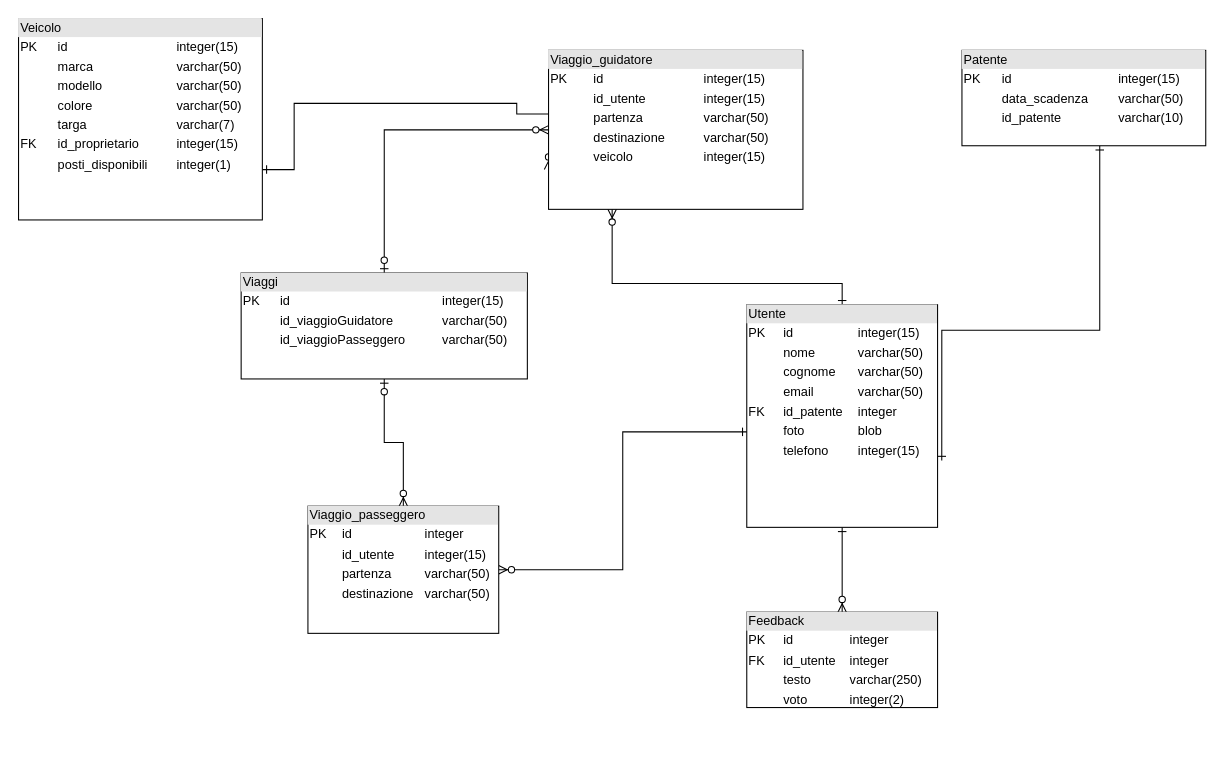
Above: Untitled Diagram.drawio in Lor3nzo01/cpp (draw.io), before the change. Source tidied: cells renumbered, new cells numbered last; positions are measured from the earlier drawing's top-left corner, leaving out a move shared by most shapes. Both pictures are drawn from the tidied source at 106%, with x=0, y=0 at pixel (18, 18).
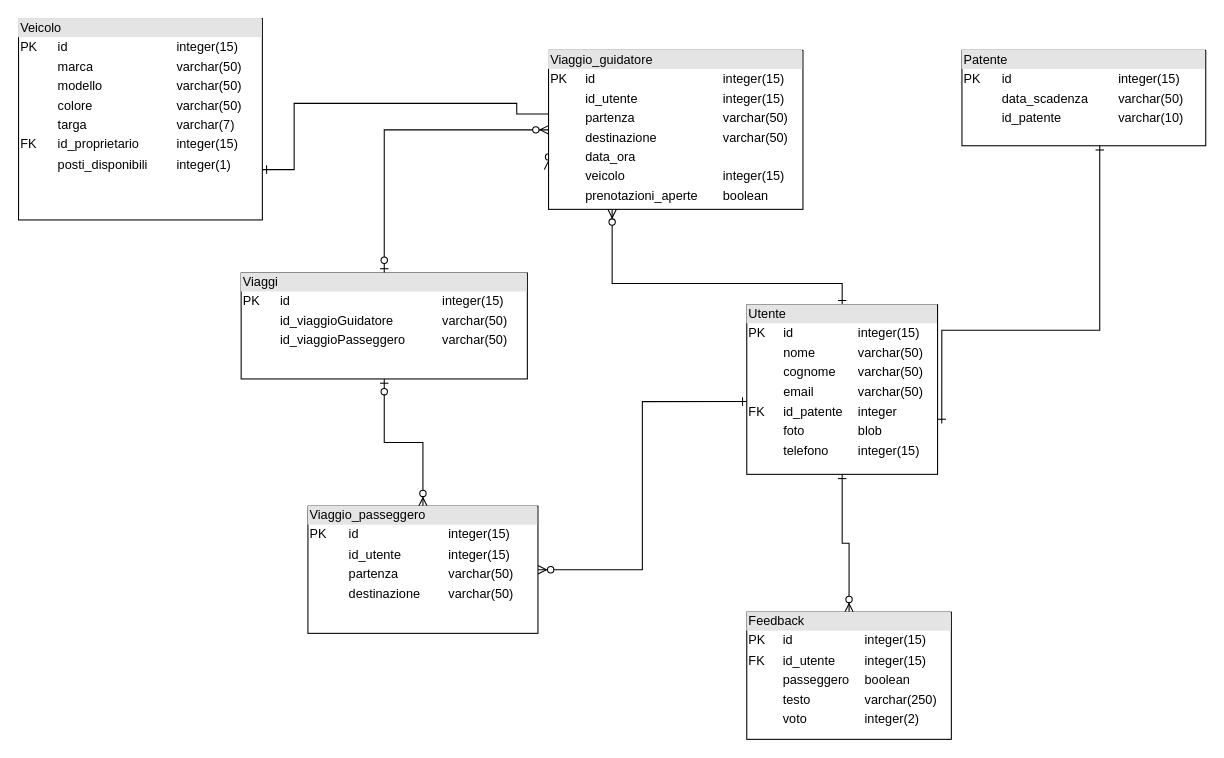
The same page after the edit.

What changed in the source:
```diff
@@
     <mxCell id="5" value="&lt;div style=&quot;box-sizing: border-box ; width: 100% ; background: #e4e4e4 ; padding: 2px&quot;&gt;Utente&lt;br&gt;&lt;/div&gt;&lt;table style=&quot;width: 100% ; font-size: 1em&quot; cellspacing=&quot;0&quot; cellpadding=&quot;2&quot;&gt;&lt;tbody&gt;&lt;tr&gt;&lt;td&gt;PK&lt;/td&gt;&lt;td&gt;&lt;br&gt;&lt;/td&gt;&lt;td&gt;&lt;br&gt;&lt;/td&gt;&lt;td&gt;id&lt;/td&gt;&lt;td&gt;integer(15)&lt;/td&gt;&lt;/tr&gt;&lt;tr&gt;&lt;td&gt;&lt;br&gt;&lt;/td&gt;&lt;td&gt;&lt;br&gt;&lt;/td&gt;&lt;td&gt;&lt;br&gt;&lt;/td&gt;&lt;td&gt;nome&lt;/td&gt;&lt;td&gt;varchar(50)&lt;/td&gt;&lt;/tr&gt;&lt;tr&gt;&lt;td&gt;&lt;br&gt;&lt;/td&gt;&lt;td&gt;&lt;br&gt;&lt;/td&gt;&lt;td&gt;&lt;br&gt;&lt;/td&gt;&lt;td&gt;cognome&lt;br&gt;&lt;/td&gt;&lt;td&gt;varchar(50)&lt;br&gt;&lt;/td&gt;&lt;/tr&gt;&lt;tr&gt;&lt;td&gt;&lt;br&gt;&lt;/td&gt;&lt;td&gt;&lt;br&gt;&lt;/td&gt;&lt;td&gt;&lt;br&gt;&lt;/td&gt;&lt;td&gt;email&lt;br&gt;&lt;/td&gt;&lt;td&gt;varchar(50)&lt;br&gt;&lt;/td&gt;&lt;/tr&gt;&lt;tr&gt;&lt;td&gt;FK&lt;br&gt;&lt;/td&gt;&lt;td&gt;&lt;br&gt;&lt;/td&gt;&lt;td&gt;&lt;br&gt;&lt;/td&gt;&lt;td&gt;id_patente&lt;/td&gt;&lt;td&gt;integer&lt;br&gt;&lt;/td&gt;&lt;/tr&gt;&lt;tr&gt;&lt;td&gt;&lt;br&gt;&lt;/td&gt;&lt;td&gt;&lt;br&gt;&lt;/td&gt;&lt;td&gt;&lt;br&gt;&lt;/td&gt;&lt;td&gt;foto&lt;br&gt;&lt;/td&gt;&lt;td&gt;blob&lt;br&gt;&lt;/td&gt;&lt;/tr&gt;&lt;tr&gt;&lt;td&gt;&lt;br&gt;&lt;/td&gt;&lt;td&gt;&lt;br&gt;&lt;/td&gt;&lt;td&gt;&lt;br&gt;&lt;/td&gt;&lt;td&gt;telefono&lt;br&gt;&lt;/td&gt;&lt;td&gt;integer(15)&lt;br&gt;&lt;/td&gt;&lt;/tr&gt;&lt;tr&gt;&lt;td&gt;&lt;br&gt;&lt;/td&gt;&lt;td&gt;&lt;br&gt;&lt;/td&gt;&lt;td&gt;&lt;br&gt;&lt;/td&gt;&lt;td&gt;&lt;br&gt;&lt;/td&gt;&lt;td&gt;&lt;br&gt;&lt;/td&gt;&lt;/tr&gt;&lt;tr&gt;&lt;td&gt;&lt;br&gt;&lt;/td&gt;&lt;td&gt;&lt;br&gt;&lt;/td&gt;&lt;td&gt;&lt;br&gt;&lt;/td&gt;&lt;td&gt;&lt;br&gt;&lt;/td&gt;&lt;td&gt;&lt;br&gt;&lt;/td&gt;&lt;/tr&gt;&lt;tr&gt;&lt;td&gt;&lt;br&gt;&lt;/td&gt;&lt;td&gt;&lt;br&gt;&lt;/td&gt;&lt;td&gt;&lt;br&gt;&lt;/td&gt;&lt;td&gt;&lt;br&gt;&lt;/td&gt;&lt;td&gt;&lt;br&gt;&lt;/td&gt;&lt;/tr&gt;&lt;tr&gt;&lt;td&gt;&lt;br&gt;&lt;/td&gt;&lt;td&gt;&lt;br&gt;&lt;/td&gt;&lt;td&gt;&lt;br&gt;&lt;/td&gt;&lt;td&gt;&lt;br&gt;&lt;/td&gt;&lt;td&gt;&lt;br&gt;&lt;/td&gt;&lt;/tr&gt;&lt;/tbody&gt;&lt;/table&gt;" style="verticalAlign=top;align=left;overflow=fill;html=1;" parent="1" vertex="1">
-      <mxGeometry x="687" y="270" width="180" height="210" as="geometry" />
+      <mxGeometry x="687" y="270" width="180" height="160" as="geometry" />
     </mxCell>
-    <mxCell id="6" value="&lt;div style=&quot;box-sizing: border-box ; width: 100% ; background: #e4e4e4 ; padding: 2px&quot;&gt;Feedback&lt;br&gt;&lt;/div&gt;&lt;table style=&quot;width: 100% ; font-size: 1em&quot; cellspacing=&quot;0&quot; cellpadding=&quot;2&quot;&gt;&lt;tbody&gt;&lt;tr&gt;&lt;td&gt;PK&lt;/td&gt;&lt;td&gt;&lt;br&gt;&lt;/td&gt;&lt;td&gt;&lt;br&gt;&lt;/td&gt;&lt;td&gt;id&lt;/td&gt;&lt;td&gt;integer&lt;/td&gt;&lt;/tr&gt;&lt;tr&gt;&lt;td&gt;FK&lt;br&gt;&lt;/td&gt;&lt;td&gt;&lt;br&gt;&lt;/td&gt;&lt;td&gt;&lt;br&gt;&lt;/td&gt;&lt;td&gt;id_utente&lt;br&gt;&lt;/td&gt;&lt;td&gt;integer&lt;br&gt;&lt;/td&gt;&lt;/tr&gt;&lt;tr&gt;&lt;td&gt;&lt;br&gt;&lt;/td&gt;&lt;td&gt;&lt;br&gt;&lt;/td&gt;&lt;td&gt;&lt;br&gt;&lt;/td&gt;&lt;td&gt;testo&lt;br&gt;&lt;/td&gt;&lt;td&gt;varchar(250)&lt;br&gt;&lt;/td&gt;&lt;/tr&gt;&lt;tr&gt;&lt;td&gt;&lt;br&gt;&lt;/td&gt;&lt;td&gt;&lt;br&gt;&lt;/td&gt;&lt;td&gt;&lt;br&gt;&lt;/td&gt;&lt;td&gt;voto&lt;br&gt;&lt;/td&gt;&lt;td&gt;integer(2)&lt;br&gt;&lt;/td&gt;&lt;/tr&gt;&lt;tr&gt;&lt;td&gt;&lt;br&gt;&lt;/td&gt;&lt;td&gt;&lt;br&gt;&lt;/td&gt;&lt;td&gt;&lt;br&gt;&lt;/td&gt;&lt;td&gt;&lt;br&gt;&lt;/td&gt;&lt;td&gt;&lt;br&gt;&lt;/td&gt;&lt;/tr&gt;&lt;tr&gt;&lt;td&gt;&lt;br&gt;&lt;/td&gt;&lt;td&gt;&lt;br&gt;&lt;/td&gt;&lt;td&gt;&lt;br&gt;&lt;/td&gt;&lt;td&gt;&lt;br&gt;&lt;/td&gt;&lt;td&gt;&lt;br&gt;&lt;/td&gt;&lt;/tr&gt;&lt;tr&gt;&lt;td&gt;&lt;br&gt;&lt;/td&gt;&lt;td&gt;&lt;br&gt;&lt;/td&gt;&lt;td&gt;&lt;br&gt;&lt;/td&gt;&lt;td&gt;&lt;br&gt;&lt;/td&gt;&lt;td&gt;&lt;br&gt;&lt;/td&gt;&lt;/tr&gt;&lt;tr&gt;&lt;td&gt;&lt;br&gt;&lt;/td&gt;&lt;td&gt;&lt;br&gt;&lt;/td&gt;&lt;td&gt;&lt;br&gt;&lt;/td&gt;&lt;td&gt;&lt;br&gt;&lt;/td&gt;&lt;td&gt;&lt;br&gt;&lt;/td&gt;&lt;/tr&gt;&lt;/tbody&gt;&lt;/table&gt;" style="verticalAlign=top;align=left;overflow=fill;html=1;" parent="1" vertex="1">
-      <mxGeometry x="687" y="560" width="180" height="90" as="geometry" />
+    <mxCell id="6" value="&lt;div style=&quot;box-sizing: border-box ; width: 100% ; background: #e4e4e4 ; padding: 2px&quot;&gt;Feedback&lt;br&gt;&lt;/div&gt;&lt;table style=&quot;width: 100% ; font-size: 1em&quot; cellspacing=&quot;0&quot; cellpadding=&quot;2&quot;&gt;&lt;tbody&gt;&lt;tr&gt;&lt;td&gt;PK&lt;/td&gt;&lt;td&gt;&lt;br&gt;&lt;/td&gt;&lt;td&gt;&lt;br&gt;&lt;/td&gt;&lt;td&gt;id&lt;/td&gt;&lt;td&gt;integer(15)&lt;/td&gt;&lt;/tr&gt;&lt;tr&gt;&lt;td&gt;FK&lt;br&gt;&lt;/td&gt;&lt;td&gt;&lt;br&gt;&lt;/td&gt;&lt;td&gt;&lt;br&gt;&lt;/td&gt;&lt;td&gt;id_utente&lt;br&gt;&lt;/td&gt;&lt;td&gt;integer(15)&lt;br&gt;&lt;/td&gt;&lt;/tr&gt;&lt;tr&gt;&lt;td&gt;&lt;br&gt;&lt;/td&gt;&lt;td&gt;&lt;br&gt;&lt;/td&gt;&lt;td&gt;&lt;br&gt;&lt;/td&gt;&lt;td&gt;passeggero&lt;br&gt;&lt;/td&gt;&lt;td&gt;boolean&lt;br&gt;&lt;/td&gt;&lt;/tr&gt;&lt;tr&gt;&lt;td&gt;&lt;br&gt;&lt;/td&gt;&lt;td&gt;&lt;br&gt;&lt;/td&gt;&lt;td&gt;&lt;br&gt;&lt;/td&gt;&lt;td&gt;testo&lt;br&gt;&lt;/td&gt;&lt;td&gt;varchar(250)&lt;br&gt;&lt;/td&gt;&lt;/tr&gt;&lt;tr&gt;&lt;td&gt;&lt;br&gt;&lt;/td&gt;&lt;td&gt;&lt;br&gt;&lt;/td&gt;&lt;td&gt;&lt;br&gt;&lt;/td&gt;&lt;td&gt;voto&lt;br&gt;&lt;/td&gt;&lt;td&gt;integer(2)&lt;br&gt;&lt;/td&gt;&lt;/tr&gt;&lt;tr&gt;&lt;td&gt;&lt;br&gt;&lt;/td&gt;&lt;td&gt;&lt;br&gt;&lt;/td&gt;&lt;td&gt;&lt;br&gt;&lt;/td&gt;&lt;td&gt;&lt;br&gt;&lt;/td&gt;&lt;td&gt;&lt;br&gt;&lt;/td&gt;&lt;/tr&gt;&lt;tr&gt;&lt;td&gt;&lt;br&gt;&lt;/td&gt;&lt;td&gt;&lt;br&gt;&lt;/td&gt;&lt;td&gt;&lt;br&gt;&lt;/td&gt;&lt;td&gt;&lt;br&gt;&lt;/td&gt;&lt;td&gt;&lt;br&gt;&lt;/td&gt;&lt;/tr&gt;&lt;tr&gt;&lt;td&gt;&lt;br&gt;&lt;/td&gt;&lt;td&gt;&lt;br&gt;&lt;/td&gt;&lt;td&gt;&lt;br&gt;&lt;/td&gt;&lt;td&gt;&lt;br&gt;&lt;/td&gt;&lt;td&gt;&lt;br&gt;&lt;/td&gt;&lt;/tr&gt;&lt;tr&gt;&lt;td&gt;&lt;br&gt;&lt;/td&gt;&lt;td&gt;&lt;br&gt;&lt;/td&gt;&lt;td&gt;&lt;br&gt;&lt;/td&gt;&lt;td&gt;&lt;br&gt;&lt;/td&gt;&lt;td&gt;&lt;br&gt;&lt;/td&gt;&lt;/tr&gt;&lt;/tbody&gt;&lt;/table&gt;" style="verticalAlign=top;align=left;overflow=fill;html=1;" parent="1" vertex="1">
+      <mxGeometry x="687" y="560" width="193" height="120" as="geometry" />
     </mxCell>
@@
-    <mxCell id="10" value="&lt;div style=&quot;box-sizing: border-box ; width: 100% ; background: #e4e4e4 ; padding: 2px&quot;&gt;Viaggio_guidatore&lt;br&gt;&lt;/div&gt;&lt;table style=&quot;width: 100% ; font-size: 1em&quot; cellspacing=&quot;0&quot; cellpadding=&quot;2&quot;&gt;&lt;tbody&gt;&lt;tr&gt;&lt;td&gt;PK&lt;/td&gt;&lt;td&gt;&lt;br&gt;&lt;/td&gt;&lt;td&gt;&lt;br&gt;&lt;/td&gt;&lt;td&gt;id&lt;/td&gt;&lt;td&gt;integer(15)&lt;/td&gt;&lt;/tr&gt;&lt;tr&gt;&lt;td&gt;&lt;br&gt;&lt;/td&gt;&lt;td&gt;&lt;br&gt;&lt;/td&gt;&lt;td&gt;&lt;br&gt;&lt;/td&gt;&lt;td&gt;id_utente&lt;br&gt;&lt;/td&gt;&lt;td&gt;integer(15)&lt;br&gt;&lt;/td&gt;&lt;/tr&gt;&lt;tr&gt;&lt;td&gt;&lt;br&gt;&lt;/td&gt;&lt;td&gt;&lt;br&gt;&lt;/td&gt;&lt;td&gt;&lt;br&gt;&lt;/td&gt;&lt;td&gt;partenza&lt;/td&gt;&lt;td&gt;varchar(50)&lt;/td&gt;&lt;/tr&gt;&lt;tr&gt;&lt;td&gt;&lt;br&gt;&lt;/td&gt;&lt;td&gt;&lt;br&gt;&lt;/td&gt;&lt;td&gt;&lt;br&gt;&lt;/td&gt;&lt;td&gt;destinazione&lt;br&gt;&lt;/td&gt;&lt;td&gt;varchar(50)&lt;br&gt;&lt;/td&gt;&lt;/tr&gt;&lt;tr&gt;&lt;td&gt;&lt;br&gt;&lt;/td&gt;&lt;td&gt;&lt;br&gt;&lt;/td&gt;&lt;td&gt;&lt;br&gt;&lt;/td&gt;&lt;td&gt;veicolo&lt;br&gt;&lt;/td&gt;&lt;td&gt;integer(15)&lt;br&gt;&lt;/td&gt;&lt;/tr&gt;&lt;tr&gt;&lt;td&gt;&lt;br&gt;&lt;/td&gt;&lt;td&gt;&lt;br&gt;&lt;/td&gt;&lt;td&gt;&lt;br&gt;&lt;/td&gt;&lt;td&gt;&lt;br&gt;&lt;/td&gt;&lt;td&gt;&lt;br&gt;&lt;/td&gt;&lt;/tr&gt;&lt;tr&gt;&lt;td&gt;&lt;br&gt;&lt;/td&gt;&lt;td&gt;&lt;br&gt;&lt;/td&gt;&lt;td&gt;&lt;br&gt;&lt;/td&gt;&lt;td&gt;&lt;br&gt;&lt;/td&gt;&lt;td&gt;&lt;br&gt;&lt;/td&gt;&lt;/tr&gt;&lt;tr&gt;&lt;td&gt;&lt;br&gt;&lt;/td&gt;&lt;td&gt;&lt;br&gt;&lt;/td&gt;&lt;td&gt;&lt;br&gt;&lt;/td&gt;&lt;td&gt;&lt;br&gt;&lt;/td&gt;&lt;td&gt;&lt;br&gt;&lt;/td&gt;&lt;/tr&gt;&lt;tr&gt;&lt;td&gt;&lt;br&gt;&lt;/td&gt;&lt;td&gt;&lt;br&gt;&lt;/td&gt;&lt;td&gt;&lt;br&gt;&lt;/td&gt;&lt;td&gt;&lt;br&gt;&lt;/td&gt;&lt;td&gt;&lt;br&gt;&lt;/td&gt;&lt;/tr&gt;&lt;tr&gt;&lt;td&gt;&lt;br&gt;&lt;/td&gt;&lt;td&gt;&lt;br&gt;&lt;/td&gt;&lt;td&gt;&lt;br&gt;&lt;/td&gt;&lt;td&gt;&lt;br&gt;&lt;/td&gt;&lt;td&gt;&lt;br&gt;&lt;/td&gt;&lt;/tr&gt;&lt;/tbody&gt;&lt;/table&gt;" style="verticalAlign=top;align=left;overflow=fill;html=1;" parent="1" vertex="1">
+    <mxCell id="10" value="&lt;div style=&quot;box-sizing: border-box ; width: 100% ; background: #e4e4e4 ; padding: 2px&quot;&gt;Viaggio_guidatore&lt;br&gt;&lt;/div&gt;&lt;table style=&quot;width: 100% ; font-size: 1em&quot; cellspacing=&quot;0&quot; cellpadding=&quot;2&quot;&gt;&lt;tbody&gt;&lt;tr&gt;&lt;td&gt;PK&lt;/td&gt;&lt;td&gt;&lt;br&gt;&lt;/td&gt;&lt;td&gt;&lt;br&gt;&lt;/td&gt;&lt;td&gt;id&lt;/td&gt;&lt;td&gt;integer(15)&lt;/td&gt;&lt;/tr&gt;&lt;tr&gt;&lt;td&gt;&lt;br&gt;&lt;/td&gt;&lt;td&gt;&lt;br&gt;&lt;/td&gt;&lt;td&gt;&lt;br&gt;&lt;/td&gt;&lt;td&gt;id_utente&lt;br&gt;&lt;/td&gt;&lt;td&gt;integer(15)&lt;br&gt;&lt;/td&gt;&lt;/tr&gt;&lt;tr&gt;&lt;td&gt;&lt;br&gt;&lt;/td&gt;&lt;td&gt;&lt;br&gt;&lt;/td&gt;&lt;td&gt;&lt;br&gt;&lt;/td&gt;&lt;td&gt;partenza&lt;/td&gt;&lt;td&gt;varchar(50)&lt;/td&gt;&lt;/tr&gt;&lt;tr&gt;&lt;td&gt;&lt;br&gt;&lt;/td&gt;&lt;td&gt;&lt;br&gt;&lt;/td&gt;&lt;td&gt;&lt;br&gt;&lt;/td&gt;&lt;td&gt;destinazione&lt;br&gt;&lt;/td&gt;&lt;td&gt;varchar(50)&lt;br&gt;&lt;/td&gt;&lt;/tr&gt;&lt;tr&gt;&lt;td&gt;&lt;br&gt;&lt;/td&gt;&lt;td&gt;&lt;br&gt;&lt;/td&gt;&lt;td&gt;&lt;br&gt;&lt;/td&gt;&lt;td&gt;data_ora&lt;br&gt;&lt;/td&gt;&lt;td&gt;&lt;br&gt;&lt;/td&gt;&lt;/tr&gt;&lt;tr&gt;&lt;td&gt;&lt;br&gt;&lt;/td&gt;&lt;td&gt;&lt;br&gt;&lt;/td&gt;&lt;td&gt;&lt;br&gt;&lt;/td&gt;&lt;td&gt;veicolo&lt;br&gt;&lt;/td&gt;&lt;td&gt;integer(15)&lt;br&gt;&lt;/td&gt;&lt;/tr&gt;&lt;tr&gt;&lt;td&gt;&lt;br&gt;&lt;/td&gt;&lt;td&gt;&lt;br&gt;&lt;/td&gt;&lt;td&gt;&lt;br&gt;&lt;/td&gt;&lt;td&gt;prenotazioni_aperte&lt;br&gt;&lt;/td&gt;&lt;td&gt;boolean&lt;br&gt;&lt;/td&gt;&lt;/tr&gt;&lt;tr&gt;&lt;td&gt;&lt;br&gt;&lt;/td&gt;&lt;td&gt;&lt;br&gt;&lt;/td&gt;&lt;td&gt;&lt;br&gt;&lt;/td&gt;&lt;td&gt;&lt;br&gt;&lt;/td&gt;&lt;td&gt;&lt;br&gt;&lt;/td&gt;&lt;/tr&gt;&lt;tr&gt;&lt;td&gt;&lt;br&gt;&lt;/td&gt;&lt;td&gt;&lt;br&gt;&lt;/td&gt;&lt;td&gt;&lt;br&gt;&lt;/td&gt;&lt;td&gt;&lt;br&gt;&lt;/td&gt;&lt;td&gt;&lt;br&gt;&lt;/td&gt;&lt;/tr&gt;&lt;tr&gt;&lt;td&gt;&lt;br&gt;&lt;/td&gt;&lt;td&gt;&lt;br&gt;&lt;/td&gt;&lt;td&gt;&lt;br&gt;&lt;/td&gt;&lt;td&gt;&lt;br&gt;&lt;/td&gt;&lt;td&gt;&lt;br&gt;&lt;/td&gt;&lt;/tr&gt;&lt;tr&gt;&lt;td&gt;&lt;br&gt;&lt;/td&gt;&lt;td&gt;&lt;br&gt;&lt;/td&gt;&lt;td&gt;&lt;br&gt;&lt;/td&gt;&lt;td&gt;&lt;br&gt;&lt;/td&gt;&lt;td&gt;&lt;br&gt;&lt;/td&gt;&lt;/tr&gt;&lt;/tbody&gt;&lt;/table&gt;" style="verticalAlign=top;align=left;overflow=fill;html=1;" parent="1" vertex="1">
       <mxGeometry x="500" y="30" width="240" height="150" as="geometry" />
     </mxCell>
@@
-    <mxCell id="13" value="&lt;div style=&quot;box-sizing: border-box ; width: 100% ; background: #e4e4e4 ; padding: 2px&quot;&gt;Viaggio_passeggero&lt;/div&gt;&lt;table style=&quot;width: 100% ; font-size: 1em&quot; cellspacing=&quot;0&quot; cellpadding=&quot;2&quot;&gt;&lt;tbody&gt;&lt;tr&gt;&lt;td&gt;PK&lt;/td&gt;&lt;td&gt;&lt;br&gt;&lt;/td&gt;&lt;td&gt;&lt;br&gt;&lt;/td&gt;&lt;td&gt;id&lt;/td&gt;&lt;td&gt;integer&lt;/td&gt;&lt;/tr&gt;&lt;tr&gt;&lt;td&gt;&lt;br&gt;&lt;/td&gt;&lt;td&gt;&lt;br&gt;&lt;/td&gt;&lt;td&gt;&lt;br&gt;&lt;/td&gt;&lt;td&gt;id_utente&lt;br&gt;&lt;/td&gt;&lt;td&gt;integer(15)&lt;br&gt;&lt;/td&gt;&lt;/tr&gt;&lt;tr&gt;&lt;td&gt;&lt;br&gt;&lt;/td&gt;&lt;td&gt;&lt;br&gt;&lt;/td&gt;&lt;td&gt;&lt;br&gt;&lt;/td&gt;&lt;td&gt;partenza&lt;/td&gt;&lt;td&gt;varchar(50)&lt;/td&gt;&lt;/tr&gt;&lt;tr&gt;&lt;td&gt;&lt;br&gt;&lt;/td&gt;&lt;td&gt;&lt;br&gt;&lt;/td&gt;&lt;td&gt;&lt;br&gt;&lt;/td&gt;&lt;td&gt;destinazione&lt;br&gt;&lt;/td&gt;&lt;td&gt;varchar(50)&lt;br&gt;&lt;/td&gt;&lt;/tr&gt;&lt;tr&gt;&lt;td&gt;&lt;br&gt;&lt;/td&gt;&lt;td&gt;&lt;br&gt;&lt;/td&gt;&lt;td&gt;&lt;br&gt;&lt;/td&gt;&lt;td&gt;&lt;br&gt;&lt;/td&gt;&lt;td&gt;&lt;br&gt;&lt;/td&gt;&lt;/tr&gt;&lt;tr&gt;&lt;td&gt;&lt;br&gt;&lt;/td&gt;&lt;td&gt;&lt;br&gt;&lt;/td&gt;&lt;td&gt;&lt;br&gt;&lt;/td&gt;&lt;td&gt;&lt;br&gt;&lt;/td&gt;&lt;td&gt;&lt;br&gt;&lt;/td&gt;&lt;/tr&gt;&lt;tr&gt;&lt;td&gt;&lt;br&gt;&lt;/td&gt;&lt;td&gt;&lt;br&gt;&lt;/td&gt;&lt;td&gt;&lt;br&gt;&lt;/td&gt;&lt;td&gt;&lt;br&gt;&lt;/td&gt;&lt;td&gt;&lt;br&gt;&lt;/td&gt;&lt;/tr&gt;&lt;tr&gt;&lt;td&gt;&lt;br&gt;&lt;/td&gt;&lt;td&gt;&lt;br&gt;&lt;/td&gt;&lt;td&gt;&lt;br&gt;&lt;/td&gt;&lt;td&gt;&lt;br&gt;&lt;/td&gt;&lt;td&gt;&lt;br&gt;&lt;/td&gt;&lt;/tr&gt;&lt;tr&gt;&lt;td&gt;&lt;br&gt;&lt;/td&gt;&lt;td&gt;&lt;br&gt;&lt;/td&gt;&lt;td&gt;&lt;br&gt;&lt;/td&gt;&lt;td&gt;&lt;br&gt;&lt;/td&gt;&lt;td&gt;&lt;br&gt;&lt;/td&gt;&lt;/tr&gt;&lt;tr&gt;&lt;td&gt;&lt;br&gt;&lt;/td&gt;&lt;td&gt;&lt;br&gt;&lt;/td&gt;&lt;td&gt;&lt;br&gt;&lt;/td&gt;&lt;td&gt;&lt;br&gt;&lt;/td&gt;&lt;td&gt;&lt;br&gt;&lt;/td&gt;&lt;/tr&gt;&lt;/tbody&gt;&lt;/table&gt;" style="verticalAlign=top;align=left;overflow=fill;html=1;" parent="1" vertex="1">
-      <mxGeometry x="273" y="460" width="180" height="120" as="geometry" />
+    <mxCell id="13" value="&lt;div style=&quot;box-sizing: border-box ; width: 100% ; background: #e4e4e4 ; padding: 2px&quot;&gt;Viaggio_passeggero&lt;/div&gt;&lt;table style=&quot;width: 100% ; font-size: 1em&quot; cellspacing=&quot;0&quot; cellpadding=&quot;2&quot;&gt;&lt;tbody&gt;&lt;tr&gt;&lt;td&gt;PK&lt;/td&gt;&lt;td&gt;&lt;br&gt;&lt;/td&gt;&lt;td&gt;&lt;br&gt;&lt;/td&gt;&lt;td&gt;id&lt;/td&gt;&lt;td&gt;integer(15)&lt;/td&gt;&lt;/tr&gt;&lt;tr&gt;&lt;td&gt;&lt;br&gt;&lt;/td&gt;&lt;td&gt;&lt;br&gt;&lt;/td&gt;&lt;td&gt;&lt;br&gt;&lt;/td&gt;&lt;td&gt;id_utente&lt;br&gt;&lt;/td&gt;&lt;td&gt;integer(15)&lt;br&gt;&lt;/td&gt;&lt;/tr&gt;&lt;tr&gt;&lt;td&gt;&lt;br&gt;&lt;/td&gt;&lt;td&gt;&lt;br&gt;&lt;/td&gt;&lt;td&gt;&lt;br&gt;&lt;/td&gt;&lt;td&gt;partenza&lt;/td&gt;&lt;td&gt;varchar(50)&lt;/td&gt;&lt;/tr&gt;&lt;tr&gt;&lt;td&gt;&lt;br&gt;&lt;/td&gt;&lt;td&gt;&lt;br&gt;&lt;/td&gt;&lt;td&gt;&lt;br&gt;&lt;/td&gt;&lt;td&gt;destinazione&lt;br&gt;&lt;/td&gt;&lt;td&gt;varchar(50)&lt;br&gt;&lt;/td&gt;&lt;/tr&gt;&lt;tr&gt;&lt;td&gt;&lt;br&gt;&lt;/td&gt;&lt;td&gt;&lt;br&gt;&lt;/td&gt;&lt;td&gt;&lt;br&gt;&lt;/td&gt;&lt;td&gt;&lt;br&gt;&lt;/td&gt;&lt;td&gt;&lt;br&gt;&lt;/td&gt;&lt;/tr&gt;&lt;tr&gt;&lt;td&gt;&lt;br&gt;&lt;/td&gt;&lt;td&gt;&lt;br&gt;&lt;/td&gt;&lt;td&gt;&lt;br&gt;&lt;/td&gt;&lt;td&gt;&lt;br&gt;&lt;/td&gt;&lt;td&gt;&lt;br&gt;&lt;/td&gt;&lt;/tr&gt;&lt;tr&gt;&lt;td&gt;&lt;br&gt;&lt;/td&gt;&lt;td&gt;&lt;br&gt;&lt;/td&gt;&lt;td&gt;&lt;br&gt;&lt;/td&gt;&lt;td&gt;&lt;br&gt;&lt;/td&gt;&lt;td&gt;&lt;br&gt;&lt;/td&gt;&lt;/tr&gt;&lt;tr&gt;&lt;td&gt;&lt;br&gt;&lt;/td&gt;&lt;td&gt;&lt;br&gt;&lt;/td&gt;&lt;td&gt;&lt;br&gt;&lt;/td&gt;&lt;td&gt;&lt;br&gt;&lt;/td&gt;&lt;td&gt;&lt;br&gt;&lt;/td&gt;&lt;/tr&gt;&lt;tr&gt;&lt;td&gt;&lt;br&gt;&lt;/td&gt;&lt;td&gt;&lt;br&gt;&lt;/td&gt;&lt;td&gt;&lt;br&gt;&lt;/td&gt;&lt;td&gt;&lt;br&gt;&lt;/td&gt;&lt;td&gt;&lt;br&gt;&lt;/td&gt;&lt;/tr&gt;&lt;tr&gt;&lt;td&gt;&lt;br&gt;&lt;/td&gt;&lt;td&gt;&lt;br&gt;&lt;/td&gt;&lt;td&gt;&lt;br&gt;&lt;/td&gt;&lt;td&gt;&lt;br&gt;&lt;/td&gt;&lt;td&gt;&lt;br&gt;&lt;/td&gt;&lt;/tr&gt;&lt;/tbody&gt;&lt;/table&gt;" style="verticalAlign=top;align=left;overflow=fill;html=1;" parent="1" vertex="1">
+      <mxGeometry x="273" y="460" width="217" height="120" as="geometry" />
     </mxCell>
```
